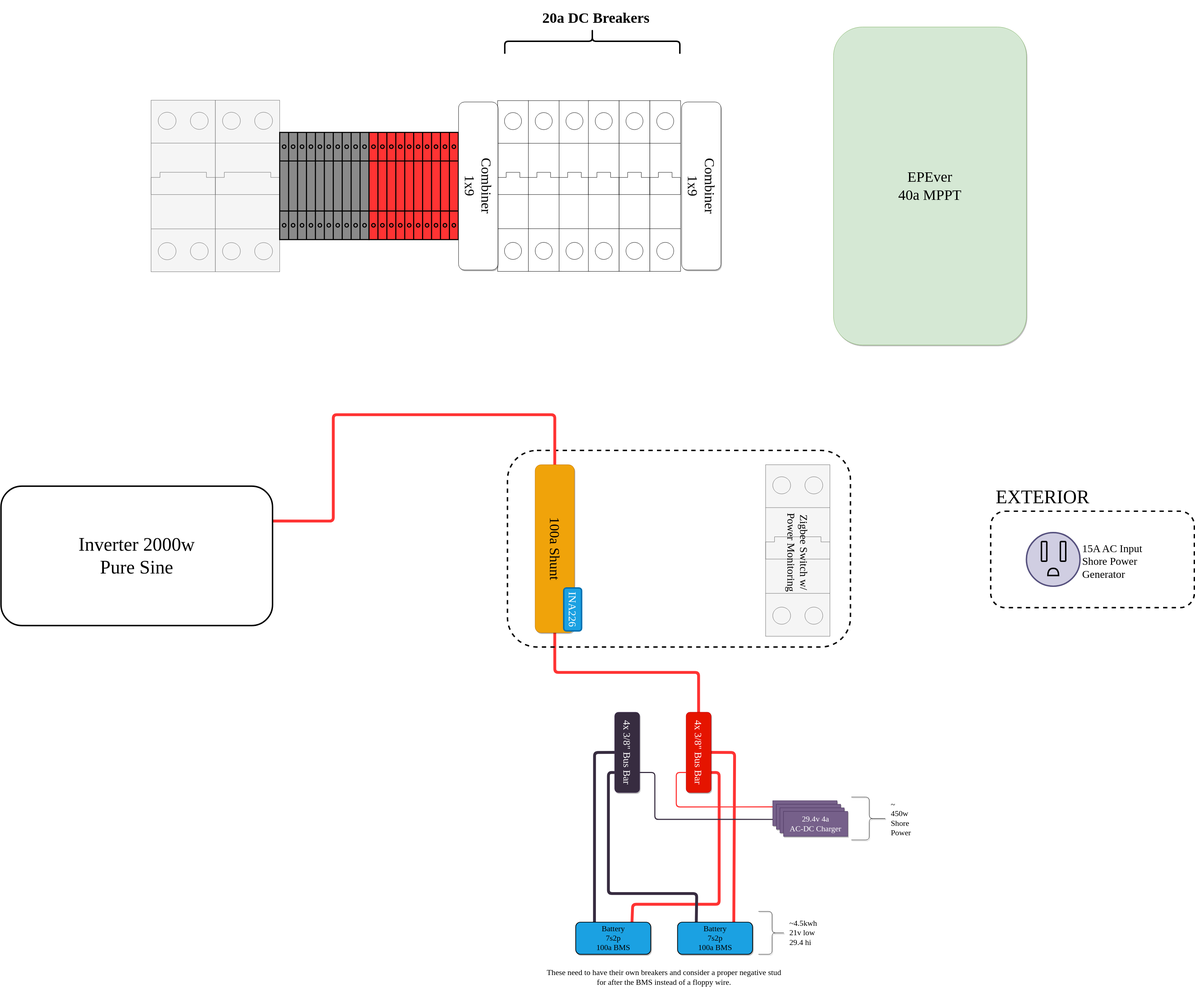
Earlier version of the draw.io export gary-bussy-electrical.drawio.svg (clomads/gary-bussy). Source tidied: cells renumbered, new cells last; positions are measured from the earlier drawing's top-left corner, leaving out a move shared by most shapes.
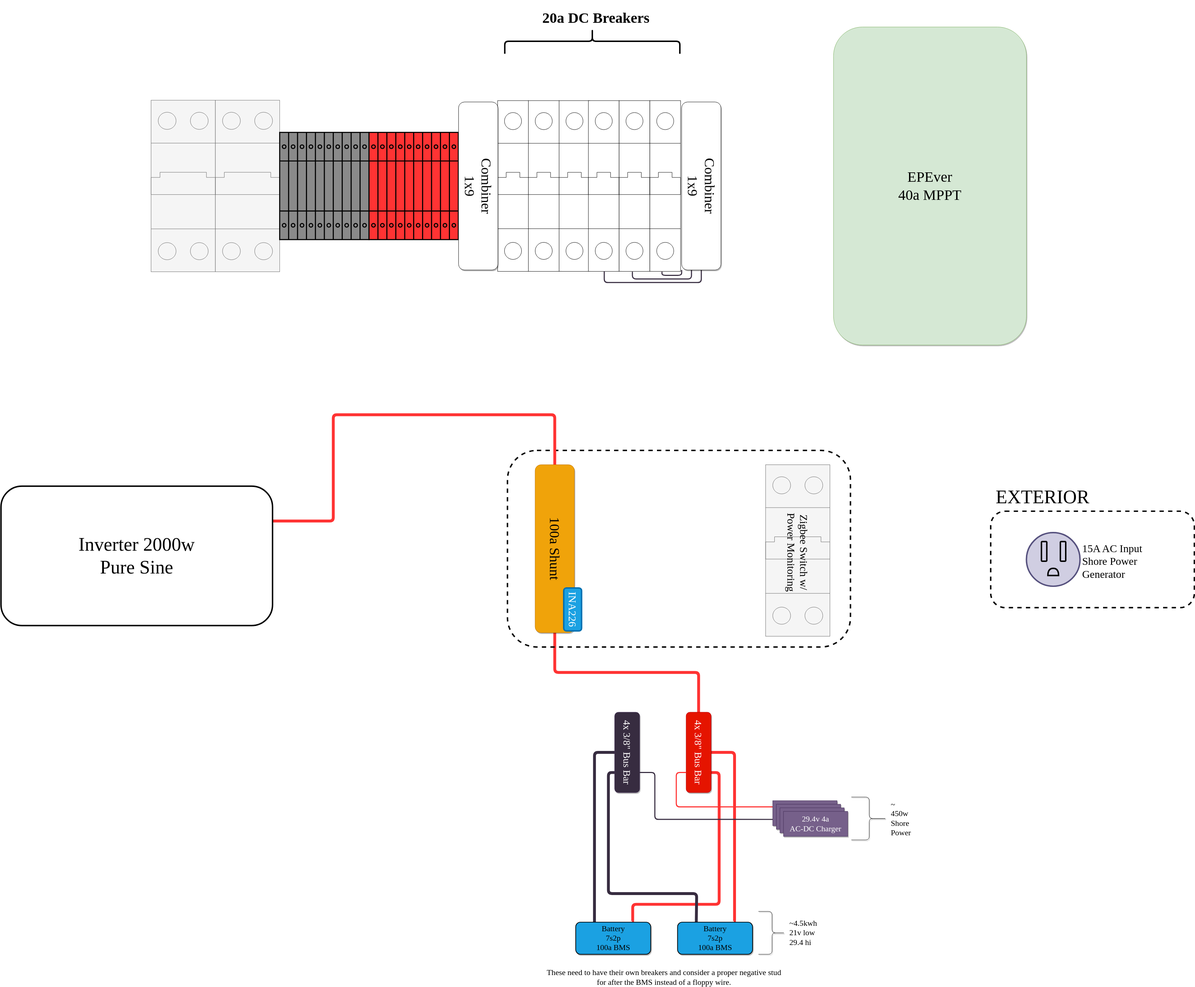
The same diagram one commit later.

Commit message:
begin wiring of breakers

The edit, as a diff of the source:
```diff
@@ -125,6 +125,22 @@
     <mxCell id="33" style="verticalLabelPosition=bottom;dashed=0;shadow=0;html=1;align=center;verticalAlign=top;shape=mxgraph.cabinets.cb_1p;fontSize=41;" parent="22" vertex="1">
       <mxGeometry x="1396" y="1.1" width="86" height="477.9" as="geometry" />
     </mxCell>
+    <mxCell id="55" style="edgeStyle=orthogonalEdgeStyle;rounded=1;jettySize=auto;html=1;exitX=1;exitY=0.75;exitDx=0;exitDy=0;entryX=0.432;entryY=1.002;entryDx=0;entryDy=0;entryPerimeter=0;strokeColor=#372C40;strokeWidth=3;fontFamily=League Spartan;fontSource=https%3A%2F%2Ffonts.googleapis.com%2Fcss%3Ffamily%3DLeague%2BSpartan;fontSize=53;endArrow=none;endFill=0;" parent="22" edge="1" source="34" target="32">
+      <mxGeometry relative="1" as="geometry">
+        <Array as="points">
+          <mxPoint x="1513" y="500" />
+          <mxPoint x="1347" y="500" />
+        </Array>
+      </mxGeometry>
+    </mxCell>
+    <mxCell id="56" style="edgeStyle=orthogonalEdgeStyle;rounded=1;jettySize=auto;html=1;exitX=1;exitY=0.5;exitDx=0;exitDy=0;entryX=0.516;entryY=1;entryDx=0;entryDy=0;entryPerimeter=0;strokeColor=#372C40;strokeWidth=3;fontFamily=League Spartan;fontSource=https%3A%2F%2Ffonts.googleapis.com%2Fcss%3Ffamily%3DLeague%2BSpartan;fontSize=53;endArrow=none;endFill=0;" parent="22" edge="1" source="34" target="31">
+      <mxGeometry relative="1" as="geometry">
+        <Array as="points">
+          <mxPoint x="1540" y="510" />
+          <mxPoint x="1268" y="510" />
+        </Array>
+      </mxGeometry>
+    </mxCell>
     <mxCell id="34" value="Combiner&lt;br style=&quot;font-size: 39px;&quot;&gt;1x9" style="rounded=1;whiteSpace=wrap;html=1;shadow=1;sketch=0;fontFamily=League Spartan;fontSource=https%3A%2F%2Ffonts.googleapis.com%2Fcss%3Ffamily%3DLeague%2BSpartan;fontSize=39;rotation=90;" parent="22" vertex="1">
       <mxGeometry x="1304.9" y="185" width="470.2" height="110" as="geometry" />
     </mxCell>
@@ -194,5 +210,14 @@
     <mxCell id="54" value="&lt;div style=&quot;text-align: left;&quot;&gt;&lt;span style=&quot;background-color: initial;&quot;&gt;15A AC Input&lt;/span&gt;&lt;/div&gt;&lt;div style=&quot;text-align: left;&quot;&gt;&lt;span style=&quot;background-color: initial;&quot;&gt;Shore Power&lt;/span&gt;&lt;/div&gt;&lt;div style=&quot;text-align: left;&quot;&gt;&lt;span style=&quot;background-color: initial;&quot;&gt;Generator&lt;/span&gt;&lt;/div&gt;" style="text;html=1;align=center;verticalAlign=middle;strokeColor=none;fillColor=none;fontSize=30;fontFamily=League Spartan;" parent="48" vertex="1">
       <mxGeometry x="150" y="20" width="180" height="120" as="geometry" />
     </mxCell>
+    <mxCell id="57" style="edgeStyle=orthogonalEdgeStyle;rounded=1;jettySize=auto;html=1;exitX=1;exitY=1;exitDx=0;exitDy=0;strokeColor=#372C40;strokeWidth=3;fontFamily=League Spartan;fontSource=https%3A%2F%2Ffonts.googleapis.com%2Fcss%3Ffamily%3DLeague%2BSpartan;fontSize=53;endArrow=none;endFill=0;" parent="1" edge="1" source="34">
+      <mxGeometry relative="1" as="geometry">
+        <mxPoint x="1850" y="760" as="targetPoint" />
+        <Array as="points">
+          <mxPoint x="1905" y="770" />
+          <mxPoint x="1850" y="770" />
+        </Array>
+      </mxGeometry>
+    </mxCell>
   </root>
 </mxGraphModel>
```
